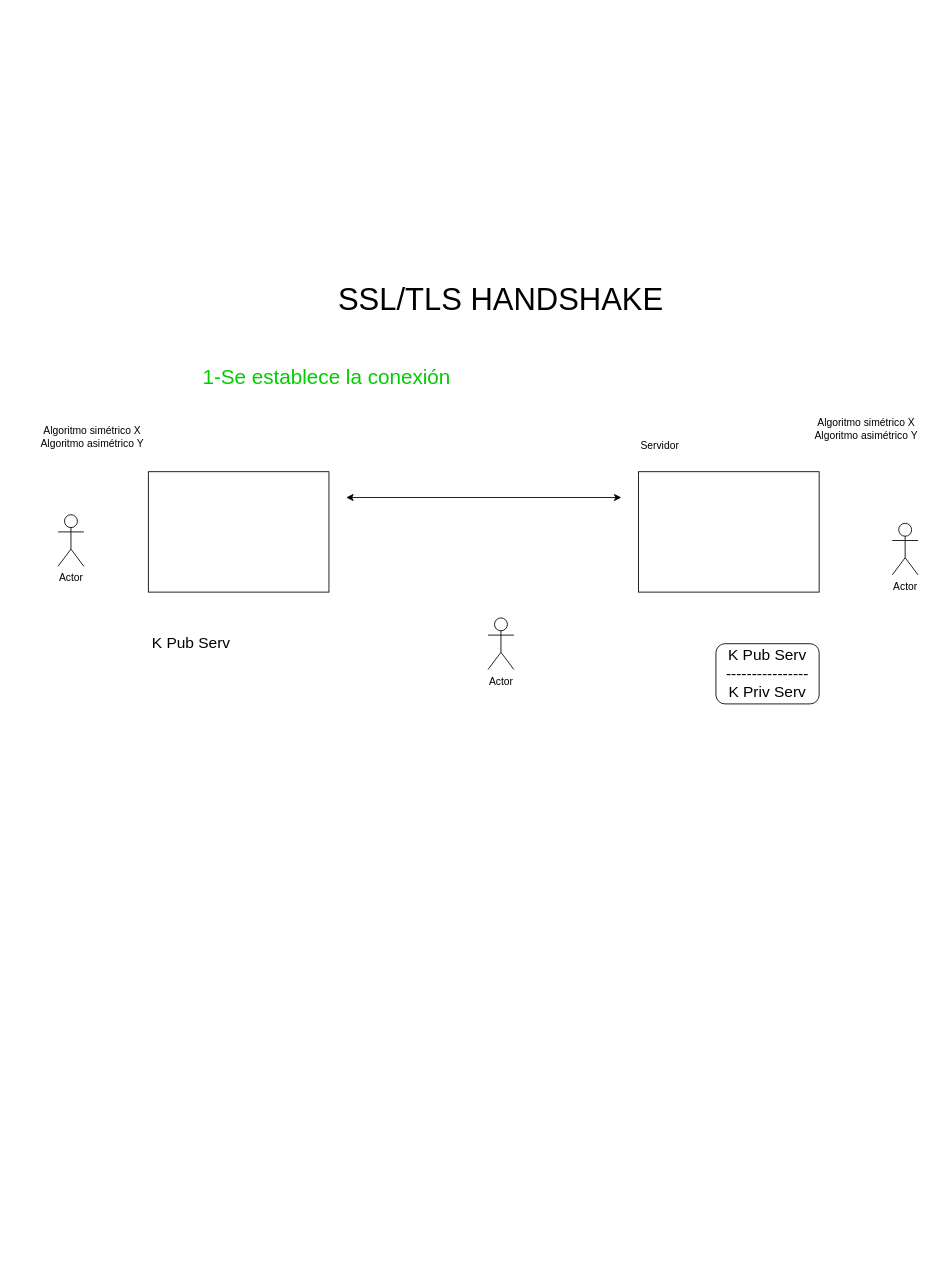
Before: page "41-TLS Handshake" (41 of 43) of Dibujillos.drawio in lrag/MEAN_2021, a draw.io diagram. Source tidied: cells renumbered, new cells numbered last; positions are measured from the earlier drawing's top-left corner, leaving out a move shared by most shapes. Both pictures are drawn from the tidied source at 86%, with x=0, y=0 at pixel (23, 291).
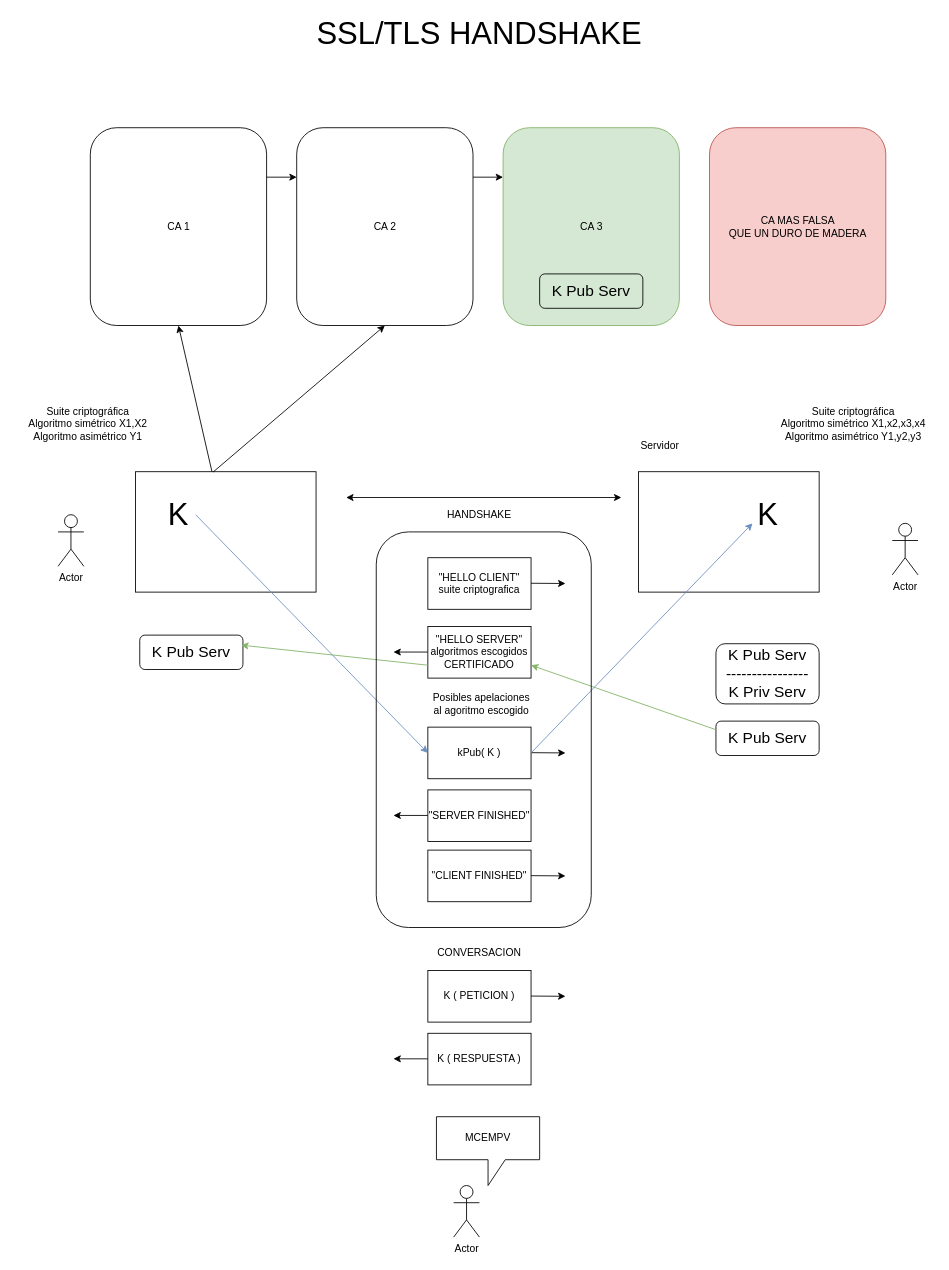
The same diagram, later.

The edit, as a diff of the source:
```diff
@@
     <mxCell id="3" value="&lt;font style=&quot;font-size: 36px&quot;&gt;SSL/TLS HANDSHAKE&lt;/font&gt;" style="text;html=1;strokeColor=none;fillColor=none;align=center;verticalAlign=middle;whiteSpace=wrap;rounded=0;" parent="1" vertex="1">
-      <mxGeometry x="95" width="920" height="20" as="geometry" />
+      <mxGeometry x="290" y="-310" width="480" height="20" as="geometry" />
     </mxCell>
     <mxCell id="4" style="rounded=0;whiteSpace=wrap;html=1;" parent="1" vertex="1">
-      <mxGeometry x="145" y="210" width="210" height="140" as="geometry" />
+      <mxGeometry x="130" y="210" width="210" height="140" as="geometry" />
     </mxCell>
@@
-    <mxCell id="11" value="Actor" style="shape=umlActor;verticalLabelPosition=bottom;verticalAlign=top;html=1;fillColor=none;" parent="1" vertex="1">
-      <mxGeometry x="540" y="380" width="30" height="60" as="geometry" />
-    </mxCell>
-    <mxCell id="12" value="Algoritmo simétrico X&lt;br&gt;Algoritmo asimétrico Y" style="text;html=1;strokeColor=none;fillColor=none;align=center;verticalAlign=middle;whiteSpace=wrap;rounded=0;" parent="1" vertex="1">
-      <mxGeometry y="160" width="160" height="20" as="geometry" />
+    <mxCell id="12" value="Suite criptográfica&lt;br&gt;Algoritmo simétrico X1,X2&lt;br&gt;Algoritmo asimétrico Y1" style="text;html=1;strokeColor=none;fillColor=none;align=center;verticalAlign=middle;whiteSpace=wrap;rounded=0;" parent="1" vertex="1">
+      <mxGeometry x="-10" y="130" width="170" height="50" as="geometry" />
     </mxCell>
-    <mxCell id="13" value="Algoritmo simétrico X&lt;br&gt;Algoritmo asimétrico Y" style="text;html=1;strokeColor=none;fillColor=none;align=center;verticalAlign=middle;whiteSpace=wrap;rounded=0;" parent="1" vertex="1">
-      <mxGeometry x="900" y="150" width="160" height="20" as="geometry" />
+    <mxCell id="13" value="Suite criptográfica&lt;br&gt;Algoritmo simétrico X1,x2,x3,x4&lt;br&gt;Algoritmo asimétrico Y1,y2,y3" style="text;html=1;strokeColor=none;fillColor=none;align=center;verticalAlign=middle;whiteSpace=wrap;rounded=0;" parent="1" vertex="1">
+      <mxGeometry x="870" y="120" width="190" height="70" as="geometry" />
     </mxCell>
-    <mxCell id="14" value="&lt;font style=&quot;font-size: 18px&quot;&gt;K Pub Serv&lt;br&gt;&lt;br&gt;&lt;/font&gt;" style="text;html=1;strokeColor=none;fillColor=none;align=center;verticalAlign=middle;whiteSpace=wrap;rounded=0;" parent="1" vertex="1">
-      <mxGeometry x="130" y="390" width="130" height="60" as="geometry" />
-    </mxCell>
-    <mxCell id="15" value="&lt;font color=&quot;#00cc00&quot; style=&quot;font-size: 24px&quot;&gt;1-Se establece la conexión&lt;/font&gt;" style="text;html=1;strokeColor=none;fillColor=none;align=center;verticalAlign=middle;whiteSpace=wrap;rounded=0;" parent="1" vertex="1">
-      <mxGeometry x="145" y="90" width="415" height="20" as="geometry" />
-    </mxCell>
+    <mxCell id="16" value="&quot;HELLO CLIENT&quot;&lt;br&gt;suite criptografica" style="rounded=0;whiteSpace=wrap;html=1;fillColor=none;" parent="1" vertex="1">
+      <mxGeometry x="470" y="310" width="120" height="60" as="geometry" />
+    </mxCell>
+    <mxCell id="17" style="endArrow=classic;html=1;" parent="1" edge="1">
+      <mxGeometry relative="1" as="geometry">
+        <mxPoint x="590" y="339.7" as="sourcePoint" />
+        <mxPoint x="630" y="340" as="targetPoint" />
+      </mxGeometry>
+    </mxCell>
+    <mxCell id="18" value="&quot;HELLO SERVER&quot;&lt;br&gt;algoritmos escogidos&lt;br&gt;CERTIFICADO" style="rounded=0;whiteSpace=wrap;html=1;fillColor=none;" parent="1" vertex="1">
+      <mxGeometry x="470" y="390" width="120" height="60" as="geometry" />
+    </mxCell>
+    <mxCell id="19" style="endArrow=classic;html=1;" parent="1" edge="1">
+      <mxGeometry relative="1" as="geometry">
+        <mxPoint x="470" y="419.7" as="sourcePoint" />
+        <mxPoint x="430" y="419.7" as="targetPoint" />
+      </mxGeometry>
+    </mxCell>
+    <mxCell id="20" style="rounded=1;whiteSpace=wrap;html=1;fillColor=none;" parent="1" vertex="1">
+      <mxGeometry x="805" y="500" width="120" height="40" as="geometry" />
+    </mxCell>
+    <mxCell id="21" value="&lt;font style=&quot;font-size: 18px&quot;&gt;K Pub Serv&lt;br&gt;&lt;/font&gt;" style="text;html=1;strokeColor=none;fillColor=none;align=center;verticalAlign=middle;whiteSpace=wrap;rounded=0;" parent="1" vertex="1">
+      <mxGeometry x="800" y="512.5" width="130" height="15" as="geometry" />
+    </mxCell>
+    <mxCell id="22" style="endArrow=classic;html=1;entryX=1;entryY=0.75;entryDx=0;entryDy=0;exitX=0;exitY=0.25;exitDx=0;exitDy=0;fillColor=#d5e8d4;strokeColor=#82b366;" parent="1" edge="1" source="20" target="18">
+      <mxGeometry relative="1" as="geometry" />
+    </mxCell>
+    <mxCell id="23" style="rounded=1;whiteSpace=wrap;html=1;fillColor=none;" parent="1" vertex="1">
+      <mxGeometry x="135" y="400" width="120" height="40" as="geometry" />
+    </mxCell>
+    <mxCell id="24" value="&lt;font style=&quot;font-size: 18px&quot;&gt;K Pub Serv&lt;br&gt;&lt;/font&gt;" style="text;html=1;strokeColor=none;fillColor=none;align=center;verticalAlign=middle;whiteSpace=wrap;rounded=0;" parent="1" vertex="1">
+      <mxGeometry x="130" y="412.5" width="130" height="15" as="geometry" />
+    </mxCell>
+    <mxCell id="25" style="endArrow=classic;html=1;exitX=0;exitY=0.75;exitDx=0;exitDy=0;entryX=0.945;entryY=-0.056;entryDx=0;entryDy=0;entryPerimeter=0;fillColor=#d5e8d4;strokeColor=#82b366;" parent="1" edge="1" source="18" target="24">
+      <mxGeometry relative="1" as="geometry" />
+    </mxCell>
+    <mxCell id="26" style="edgeStyle=orthogonalEdgeStyle;rounded=0;jettySize=auto;html=1;exitX=1;exitY=0.25;exitDx=0;exitDy=0;entryX=0;entryY=0.25;entryDx=0;entryDy=0;" parent="1" edge="1" source="27" target="29">
+      <mxGeometry relative="1" as="geometry" />
+    </mxCell>
+    <mxCell id="27" value="CA 1" style="rounded=1;whiteSpace=wrap;html=1;fillColor=none;" parent="1" vertex="1">
+      <mxGeometry x="77.5" y="-190" width="205" height="230" as="geometry" />
+    </mxCell>
+    <mxCell id="28" style="edgeStyle=orthogonalEdgeStyle;rounded=0;jettySize=auto;html=1;exitX=1;exitY=0.25;exitDx=0;exitDy=0;entryX=0;entryY=0.25;entryDx=0;entryDy=0;" parent="1" edge="1" source="29" target="30">
+      <mxGeometry relative="1" as="geometry" />
+    </mxCell>
+    <mxCell id="29" value="CA 2" style="rounded=1;whiteSpace=wrap;html=1;fillColor=none;" parent="1" vertex="1">
+      <mxGeometry x="317.5" y="-190" width="205" height="230" as="geometry" />
+    </mxCell>
+    <mxCell id="30" value="CA 3" style="rounded=1;whiteSpace=wrap;html=1;fillColor=#d5e8d4;strokeColor=#82b366;" parent="1" vertex="1">
+      <mxGeometry x="557.5" y="-190" width="205" height="230" as="geometry" />
+    </mxCell>
+    <mxCell id="31" value="CA MAS FALSA&lt;br&gt;QUE UN DURO DE MADERA" style="rounded=1;whiteSpace=wrap;html=1;fillColor=#f8cecc;strokeColor=#b85450;" parent="1" vertex="1">
+      <mxGeometry x="797.5" y="-190" width="205" height="230" as="geometry" />
+    </mxCell>
+    <mxCell id="32" style="rounded=1;whiteSpace=wrap;html=1;fillColor=none;" parent="1" vertex="1">
+      <mxGeometry x="600" y="-20" width="120" height="40" as="geometry" />
+    </mxCell>
+    <mxCell id="33" value="&lt;font style=&quot;font-size: 18px&quot;&gt;K Pub Serv&lt;br&gt;&lt;/font&gt;" style="text;html=1;strokeColor=none;fillColor=none;align=center;verticalAlign=middle;whiteSpace=wrap;rounded=0;" parent="1" vertex="1">
+      <mxGeometry x="595" y="-7.5" width="130" height="15" as="geometry" />
+    </mxCell>
+    <mxCell id="34" style="endArrow=classic;html=1;entryX=0.5;entryY=1;entryDx=0;entryDy=0;" parent="1" edge="1" source="4" target="27">
+      <mxGeometry relative="1" as="geometry" />
+    </mxCell>
+    <mxCell id="35" style="endArrow=classic;html=1;exitX=0.43;exitY=0.003;exitDx=0;exitDy=0;exitPerimeter=0;entryX=0.5;entryY=1;entryDx=0;entryDy=0;" parent="1" edge="1" source="4" target="29">
+      <mxGeometry relative="1" as="geometry" />
+    </mxCell>
+    <mxCell id="36" value="&lt;font style=&quot;font-size: 36px&quot;&gt;K&lt;/font&gt;" style="text;html=1;strokeColor=none;fillColor=none;align=center;verticalAlign=middle;whiteSpace=wrap;rounded=0;" parent="1" vertex="1">
+      <mxGeometry x="160" y="250" width="40" height="20" as="geometry" />
+    </mxCell>
+    <mxCell id="37" value="kPub( K )" style="rounded=0;whiteSpace=wrap;html=1;fillColor=none;" parent="1" vertex="1">
+      <mxGeometry x="470" y="507" width="120" height="60" as="geometry" />
+    </mxCell>
+    <mxCell id="38" style="endArrow=classic;html=1;" parent="1" edge="1">
+      <mxGeometry relative="1" as="geometry">
+        <mxPoint x="590" y="536.7" as="sourcePoint" />
+        <mxPoint x="630" y="537" as="targetPoint" />
+      </mxGeometry>
+    </mxCell>
+    <mxCell id="39" value="&lt;font style=&quot;font-size: 36px&quot;&gt;K&lt;/font&gt;" style="text;html=1;strokeColor=none;fillColor=none;align=center;verticalAlign=middle;whiteSpace=wrap;rounded=0;" parent="1" vertex="1">
+      <mxGeometry x="847.5" y="250" width="35" height="20" as="geometry" />
+    </mxCell>
+    <mxCell id="40" value="Posibles apelaciones al agoritmo escogido" style="text;html=1;strokeColor=none;fillColor=none;align=center;verticalAlign=middle;whiteSpace=wrap;rounded=0;" parent="1" vertex="1">
+      <mxGeometry x="470" y="470" width="125" height="20" as="geometry" />
+    </mxCell>
+    <mxCell id="41" style="endArrow=classic;html=1;exitX=1;exitY=0.5;exitDx=0;exitDy=0;entryX=0;entryY=0.5;entryDx=0;entryDy=0;fillColor=#dae8fc;strokeColor=#6c8ebf;" parent="1" edge="1" source="36" target="37">
+      <mxGeometry relative="1" as="geometry" />
+    </mxCell>
+    <mxCell id="42" style="endArrow=classic;html=1;exitX=1;exitY=0.5;exitDx=0;exitDy=0;entryX=0;entryY=1;entryDx=0;entryDy=0;fillColor=#dae8fc;strokeColor=#6c8ebf;" parent="1" edge="1" source="37" target="39">
+      <mxGeometry relative="1" as="geometry" />
+    </mxCell>
+    <mxCell id="43" value="&quot;SERVER FINISHED&quot;" style="rounded=0;whiteSpace=wrap;html=1;fillColor=none;" parent="1" vertex="1">
+      <mxGeometry x="470" y="580" width="120" height="60" as="geometry" />
+    </mxCell>
+    <mxCell id="44" style="endArrow=classic;html=1;" parent="1" edge="1">
+      <mxGeometry relative="1" as="geometry">
+        <mxPoint x="470" y="609.7" as="sourcePoint" />
+        <mxPoint x="430" y="609.7" as="targetPoint" />
+      </mxGeometry>
+    </mxCell>
+    <mxCell id="45" value="&quot;CLIENT FINISHED&quot;" style="rounded=0;whiteSpace=wrap;html=1;fillColor=none;" parent="1" vertex="1">
+      <mxGeometry x="470" y="650" width="120" height="60" as="geometry" />
+    </mxCell>
+    <mxCell id="46" style="endArrow=classic;html=1;" parent="1" edge="1">
+      <mxGeometry relative="1" as="geometry">
+        <mxPoint x="590" y="679.7" as="sourcePoint" />
+        <mxPoint x="630" y="680" as="targetPoint" />
+      </mxGeometry>
+    </mxCell>
+    <mxCell id="47" style="rounded=1;whiteSpace=wrap;html=1;fillColor=none;" parent="1" vertex="1">
+      <mxGeometry x="410" y="280" width="250" height="460" as="geometry" />
+    </mxCell>
+    <mxCell id="48" value="K ( PETICION )" style="rounded=0;whiteSpace=wrap;html=1;fillColor=none;" parent="1" vertex="1">
+      <mxGeometry x="470" y="790" width="120" height="60" as="geometry" />
+    </mxCell>
+    <mxCell id="49" style="endArrow=classic;html=1;" parent="1" edge="1">
+      <mxGeometry relative="1" as="geometry">
+        <mxPoint x="590" y="819.7" as="sourcePoint" />
+        <mxPoint x="630" y="820" as="targetPoint" />
+      </mxGeometry>
+    </mxCell>
+    <mxCell id="50" value="K ( RESPUESTA )" style="rounded=0;whiteSpace=wrap;html=1;fillColor=none;" parent="1" vertex="1">
+      <mxGeometry x="470" y="863" width="120" height="60" as="geometry" />
+    </mxCell>
+    <mxCell id="51" style="endArrow=classic;html=1;" parent="1" edge="1">
+      <mxGeometry relative="1" as="geometry">
+        <mxPoint x="470" y="892.7" as="sourcePoint" />
+        <mxPoint x="430" y="892.7" as="targetPoint" />
+      </mxGeometry>
+    </mxCell>
+    <mxCell id="52" value="HANDSHAKE" style="text;html=1;strokeColor=none;fillColor=none;align=center;verticalAlign=middle;whiteSpace=wrap;rounded=0;" parent="1" vertex="1">
+      <mxGeometry x="510" y="250" width="40" height="20" as="geometry" />
+    </mxCell>
+    <mxCell id="53" value="CONVERSACION" style="text;html=1;strokeColor=none;fillColor=none;align=center;verticalAlign=middle;whiteSpace=wrap;rounded=0;" parent="1" vertex="1">
+      <mxGeometry x="510" y="760" width="40" height="20" as="geometry" />
+    </mxCell>
+    <mxCell id="11" value="Actor" style="shape=umlActor;verticalLabelPosition=bottom;verticalAlign=top;html=1;fillColor=none;" parent="1" vertex="1">
+      <mxGeometry x="500" y="1040" width="30" height="60" as="geometry" />
+    </mxCell>
+    <mxCell id="54" value="MCEMPV" style="shape=callout;whiteSpace=wrap;html=1;perimeter=calloutPerimeter;fillColor=none;" parent="1" vertex="1">
+      <mxGeometry x="480" y="960" width="120" height="80" as="geometry" />
+    </mxCell>
```
